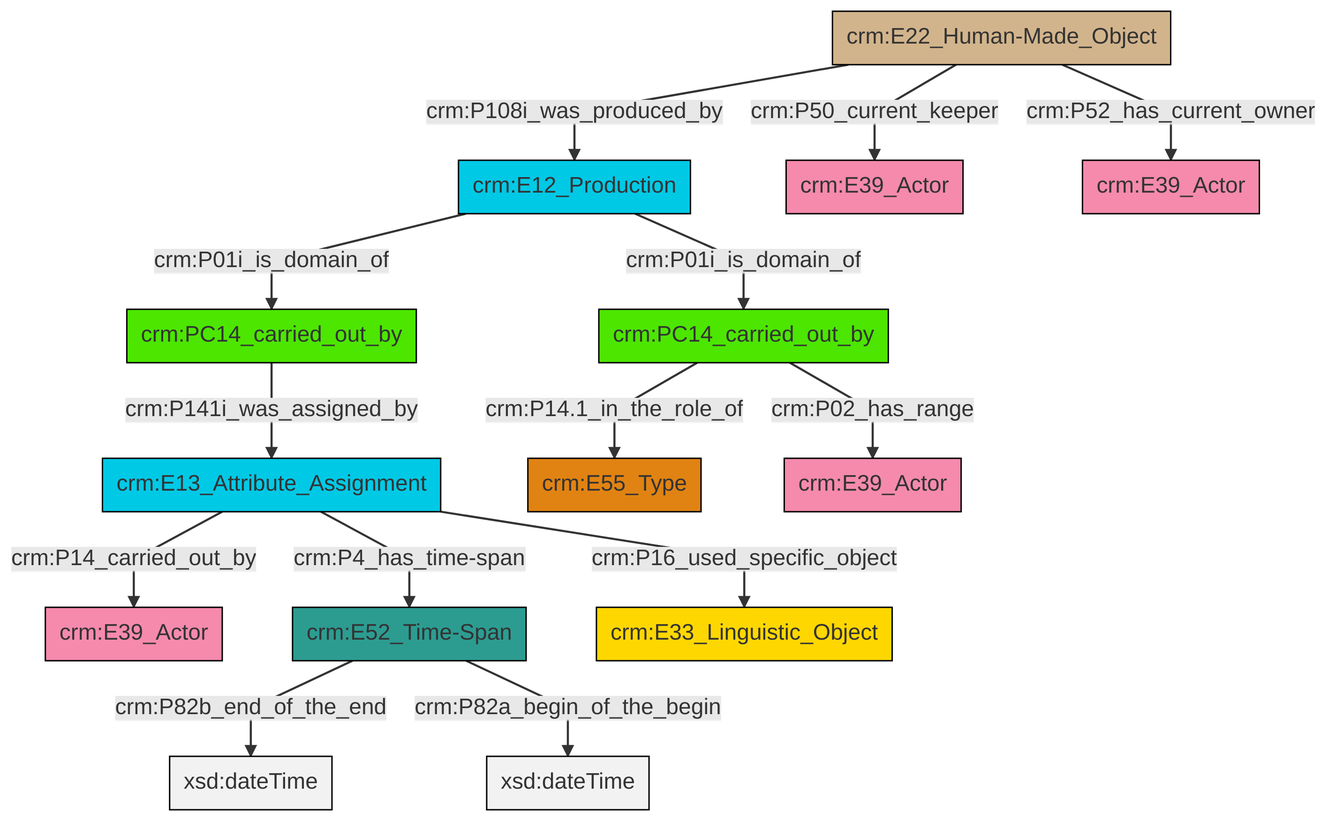
Before: et/carrierCSV/ttl/mmd/png/carrier_relations.png, a diagram exported from Mermaid (swiss-art-research-net/docs.swissartresearch). Its source is kept beside it as et/carrierCSV/ttl/mmd/carrier_relations.ttl.mmd.
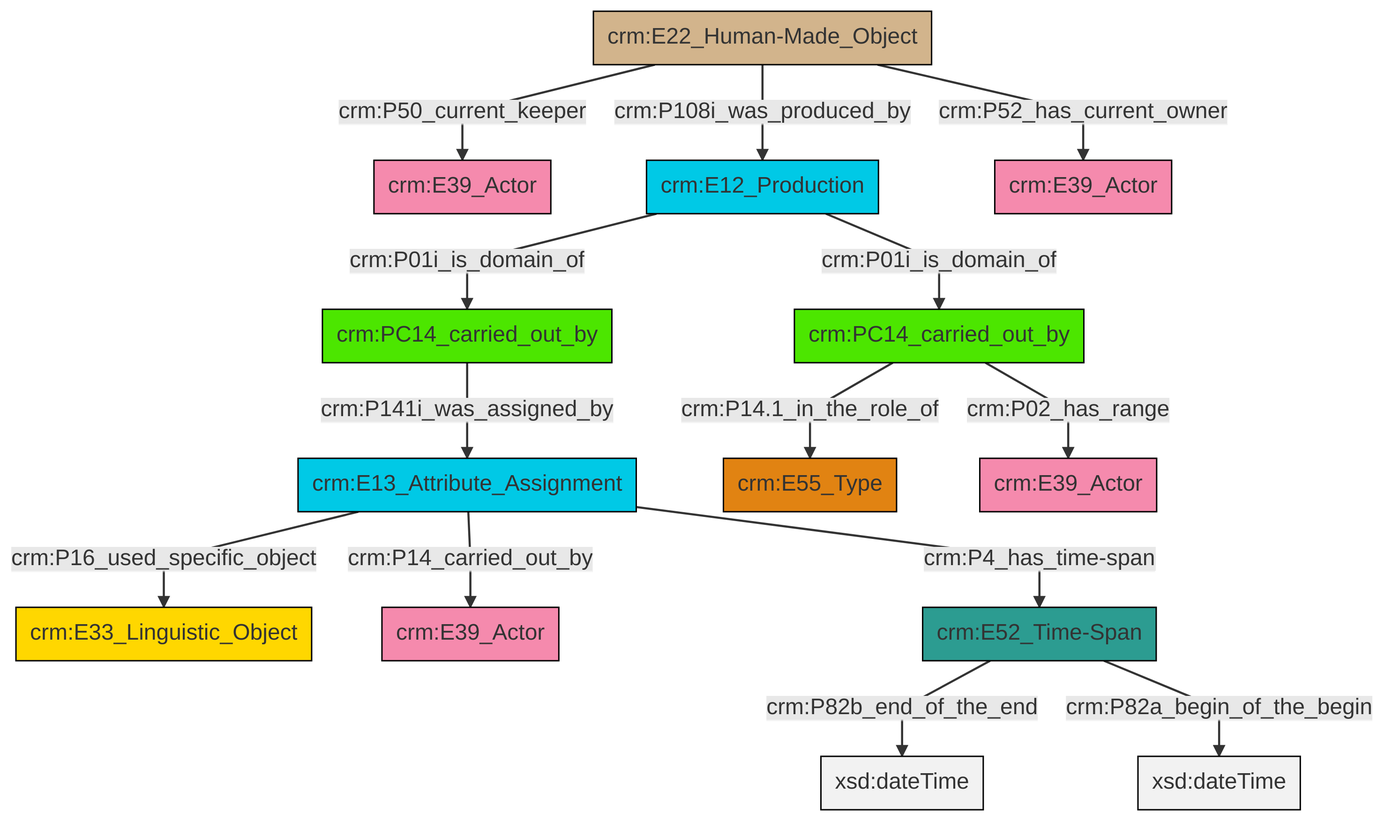
Later version of the same file.

The edit, as a diff of the source:
```diff
@@ -13,16 +13,16 @@
 classDef PC_Classes fill:#4ce600, stroke:#000000;
 classDef Multi fill:#cccccc,stroke:#000000;
 
-0["crm:E12_Production"]:::Temporal_Entity -->|crm:P01i_is_domain_of| 1["crm:PC14_carried_out_by"]:::PC_Classes
-6["crm:E13_Attribute_Assignment"]:::Temporal_Entity -->|crm:P4_has_time-span| 12["crm:E52_Time-Span"]:::Time-Span
-6["crm:E13_Attribute_Assignment"]:::Temporal_Entity -->|crm:P16_used_specific_object| 13["crm:E33_Linguistic_Object"]:::Conceptual_Object
-14["crm:E22_Human-Made_Object"]:::Physical_Thing -->|crm:P50_current_keeper| 4["crm:E39_Actor"]:::Actor
-12["crm:E52_Time-Span"]:::Time-Span -->|crm:P82b_end_of_the_end| 15[xsd:dateTime]:::Literal
-6["crm:E13_Attribute_Assignment"]:::Temporal_Entity -->|crm:P14_carried_out_by| 8["crm:E39_Actor"]:::Actor
-2["crm:PC14_carried_out_by"]:::PC_Classes -->|crm:P14.1_in_the_role_of| 16["crm:E55_Type"]:::Type
-0["crm:E12_Production"]:::Temporal_Entity -->|crm:P01i_is_domain_of| 2["crm:PC14_carried_out_by"]:::PC_Classes
-14["crm:E22_Human-Made_Object"]:::Physical_Thing -->|crm:P52_has_current_owner| 10["crm:E39_Actor"]:::Actor
-12["crm:E52_Time-Span"]:::Time-Span -->|crm:P82a_begin_of_the_begin| 25[xsd:dateTime]:::Literal
-1["crm:PC14_carried_out_by"]:::PC_Classes -->|crm:P141i_was_assigned_by| 6["crm:E13_Attribute_Assignment"]:::Temporal_Entity
-2["crm:PC14_carried_out_by"]:::PC_Classes -->|crm:P02_has_range| 23["crm:E39_Actor"]:::Actor
-14["crm:E22_Human-Made_Object"]:::Physical_Thing -->|crm:P108i_was_produced_by| 0["crm:E12_Production"]:::Temporal_Entity
+0["crm:E52_Time-Span"]:::Time-Span -->|crm:P82b_end_of_the_end| 1[xsd:dateTime]:::Literal
+4["crm:PC14_carried_out_by"]:::PC_Classes -->|crm:P14.1_in_the_role_of| 5["crm:E55_Type"]:::Type
+6["crm:PC14_carried_out_by"]:::PC_Classes -->|crm:P141i_was_assigned_by| 7["crm:E13_Attribute_Assignment"]:::Temporal_Entity
+8["crm:E22_Human-Made_Object"]:::Physical_Thing -->|crm:P50_current_keeper| 9["crm:E39_Actor"]:::Actor
+0["crm:E52_Time-Span"]:::Time-Span -->|crm:P82a_begin_of_the_begin| 12[xsd:dateTime]:::Literal
+8["crm:E22_Human-Made_Object"]:::Physical_Thing -->|crm:P108i_was_produced_by| 10["crm:E12_Production"]:::Temporal_Entity
+7["crm:E13_Attribute_Assignment"]:::Temporal_Entity -->|crm:P16_used_specific_object| 13["crm:E33_Linguistic_Object"]:::Conceptual_Object
+4["crm:PC14_carried_out_by"]:::PC_Classes -->|crm:P02_has_range| 17["crm:E39_Actor"]:::Actor
+8["crm:E22_Human-Made_Object"]:::Physical_Thing -->|crm:P52_has_current_owner| 2["crm:E39_Actor"]:::Actor
+10["crm:E12_Production"]:::Temporal_Entity -->|crm:P01i_is_domain_of| 6["crm:PC14_carried_out_by"]:::PC_Classes
+10["crm:E12_Production"]:::Temporal_Entity -->|crm:P01i_is_domain_of| 4["crm:PC14_carried_out_by"]:::PC_Classes
+7["crm:E13_Attribute_Assignment"]:::Temporal_Entity -->|crm:P14_carried_out_by| 23["crm:E39_Actor"]:::Actor
+7["crm:E13_Attribute_Assignment"]:::Temporal_Entity -->|crm:P4_has_time-span| 0["crm:E52_Time-Span"]:::Time-Span
```
